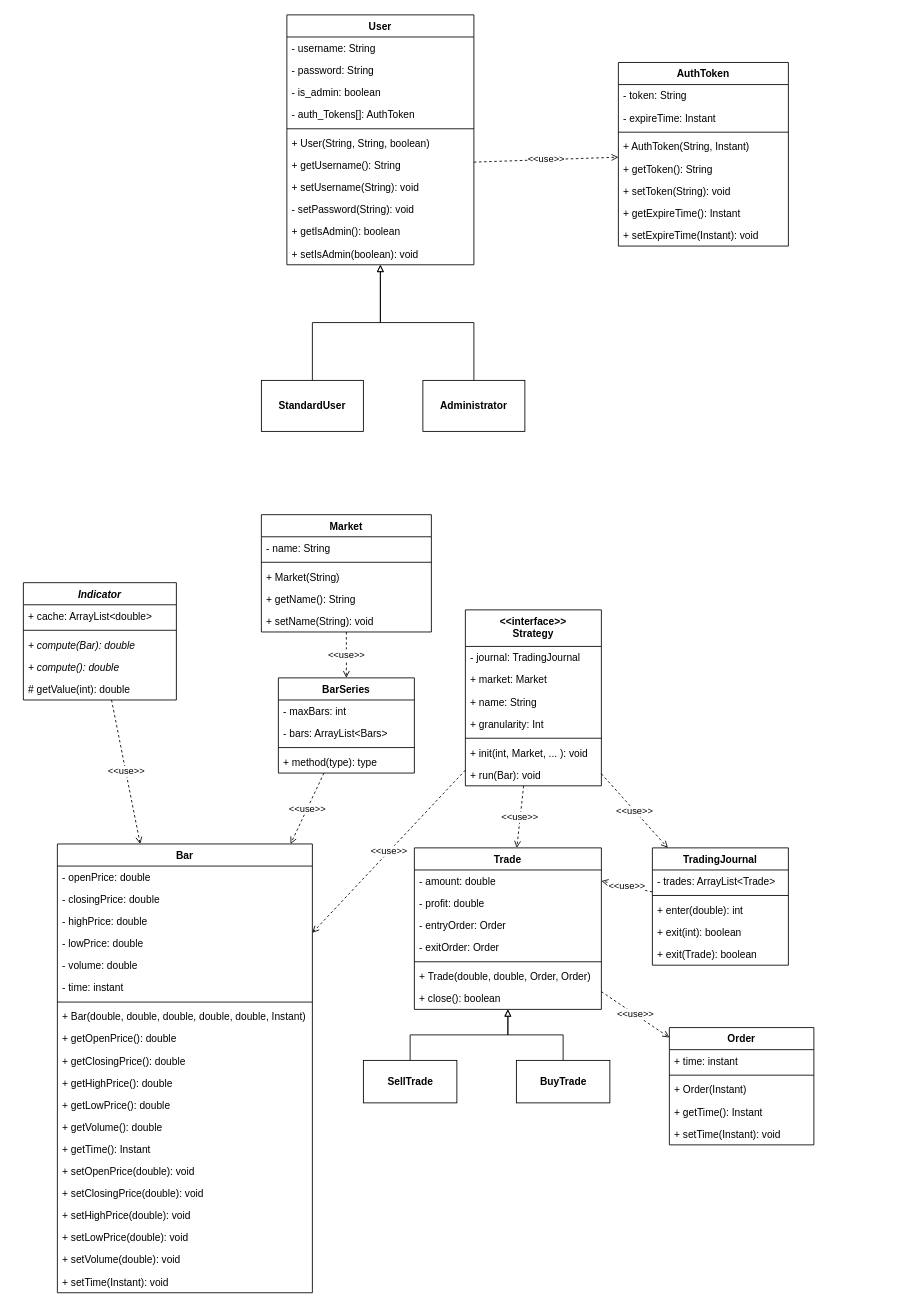
This is page "Server" (2 of 4) of drawio/project.drawio from nferrante1/lsmsd2, a draw.io file, before an edit. Source tidied: cells renumbered, new cells numbered last; positions are measured from the earlier drawing's top-left corner, leaving out a move shared by most shapes. Both pictures are drawn from the tidied source at 85%, with x=0, y=0 at pixel (23, 14).
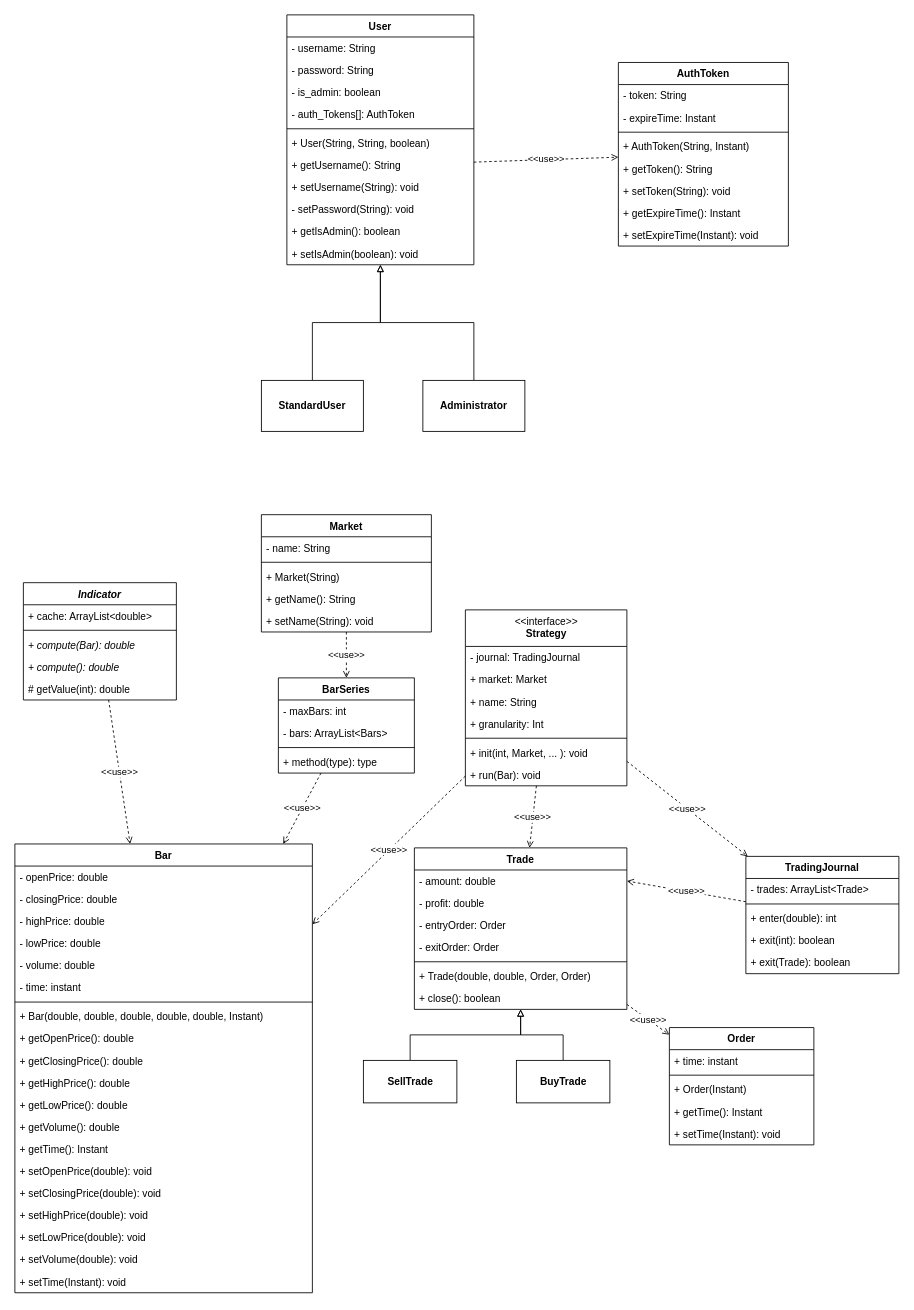
The same page after the edit.

Change to the diagram source:
```diff
@@
-    <mxCell id="38" value="&lt;&lt;interface&gt;&gt;&#10;Strategy" style="swimlane;fontStyle=1;align=center;verticalAlign=top;horizontal=1;startSize=43;" parent="1" vertex="1">
-      <mxGeometry x="520" y="700" width="160" height="207" as="geometry" />
+    <mxCell id="38" value="&lt;span style=&quot;font-weight: normal&quot;&gt;&amp;lt;&amp;lt;interface&amp;gt;&amp;gt;&lt;/span&gt;&lt;br&gt;Strategy" style="swimlane;fontStyle=1;align=center;verticalAlign=top;horizontal=1;startSize=43;html=1;" parent="1" vertex="1">
+      <mxGeometry x="520" y="700" width="190" height="207" as="geometry" />
     </mxCell>
     <mxCell id="39" value="- journal: TradingJournal" style="text;strokeColor=none;fillColor=none;align=left;verticalAlign=top;spacingLeft=4;spacingRight=4;overflow=hidden;" parent="38" vertex="1">
-      <mxGeometry y="43" width="160" height="26" as="geometry" />
+      <mxGeometry y="43" width="190" height="26" as="geometry" />
     </mxCell>
     <mxCell id="40" value="+ market: Market" style="text;strokeColor=none;fillColor=none;align=left;verticalAlign=top;spacingLeft=4;spacingRight=4;overflow=hidden;" parent="38" vertex="1">
-      <mxGeometry y="69" width="160" height="26" as="geometry" />
+      <mxGeometry y="69" width="190" height="26" as="geometry" />
     </mxCell>
     <mxCell id="41" value="+ name: String" style="text;strokeColor=none;fillColor=none;align=left;verticalAlign=top;spacingLeft=4;spacingRight=4;overflow=hidden;" parent="38" vertex="1">
-      <mxGeometry y="95" width="160" height="26" as="geometry" />
+      <mxGeometry y="95" width="190" height="26" as="geometry" />
     </mxCell>
     <mxCell id="42" value="+ granularity: Int" style="text;strokeColor=none;fillColor=none;align=left;verticalAlign=top;spacingLeft=4;spacingRight=4;overflow=hidden;" parent="38" vertex="1">
-      <mxGeometry y="121" width="160" height="26" as="geometry" />
+      <mxGeometry y="121" width="190" height="26" as="geometry" />
     </mxCell>
     <mxCell id="43" style="line;strokeWidth=1;fillColor=none;align=left;verticalAlign=middle;spacingTop=-1;spacingLeft=3;spacingRight=3;labelPosition=right;" parent="38" vertex="1">
-      <mxGeometry y="147" width="160" height="8" as="geometry" />
+      <mxGeometry y="147" width="190" height="8" as="geometry" />
     </mxCell>
     <mxCell id="44" value="+ init(int, Market, ... ): void" style="text;strokeColor=none;fillColor=none;align=left;verticalAlign=top;spacingLeft=4;spacingRight=4;overflow=hidden;" parent="38" vertex="1">
-      <mxGeometry y="155" width="160" height="26" as="geometry" />
+      <mxGeometry y="155" width="190" height="26" as="geometry" />
     </mxCell>
     <mxCell id="45" value="+ run(Bar): void" style="text;strokeColor=none;fillColor=none;align=left;verticalAlign=top;spacingLeft=4;spacingRight=4;overflow=hidden;" parent="38" vertex="1">
-      <mxGeometry y="181" width="160" height="26" as="geometry" />
+      <mxGeometry y="181" width="190" height="26" as="geometry" />
     </mxCell>
@@
     <mxCell id="47" value="Trade" style="swimlane;fontStyle=1;align=center;verticalAlign=top;horizontal=1;startSize=26;" parent="1" vertex="1">
-      <mxGeometry x="460" y="980" width="220" height="190" as="geometry" />
+      <mxGeometry x="460" y="980" width="250" height="190" as="geometry" />
     </mxCell>
     <mxCell id="48" value="- amount: double" style="text;strokeColor=none;fillColor=none;align=left;verticalAlign=top;spacingLeft=4;spacingRight=4;overflow=hidden;points=[[0,0.5],[1,0.5]];portConstraint=eastwest;" parent="47" vertex="1">
-      <mxGeometry y="26" width="220" height="26" as="geometry" />
+      <mxGeometry y="26" width="250" height="26" as="geometry" />
     </mxCell>
     <mxCell id="49" value="- profit: double" style="text;strokeColor=none;fillColor=none;align=left;verticalAlign=top;spacingLeft=4;spacingRight=4;overflow=hidden;" parent="47" vertex="1">
-      <mxGeometry y="52" width="220" height="26" as="geometry" />
+      <mxGeometry y="52" width="250" height="26" as="geometry" />
     </mxCell>
     <mxCell id="50" value="- entryOrder: Order" style="text;strokeColor=none;fillColor=none;align=left;verticalAlign=top;spacingLeft=4;spacingRight=4;overflow=hidden;" parent="47" vertex="1">
-      <mxGeometry y="78" width="220" height="26" as="geometry" />
+      <mxGeometry y="78" width="250" height="26" as="geometry" />
     </mxCell>
     <mxCell id="51" value="- exitOrder: Order" style="text;strokeColor=none;fillColor=none;align=left;verticalAlign=top;spacingLeft=4;spacingRight=4;overflow=hidden;" parent="47" vertex="1">
-      <mxGeometry y="104" width="220" height="26" as="geometry" />
+      <mxGeometry y="104" width="250" height="26" as="geometry" />
     </mxCell>
     <mxCell id="52" style="line;strokeWidth=1;fillColor=none;align=left;verticalAlign=middle;spacingTop=-1;spacingLeft=3;spacingRight=3;labelPosition=right;" parent="47" vertex="1">
-      <mxGeometry y="130" width="220" height="8" as="geometry" />
+      <mxGeometry y="130" width="250" height="8" as="geometry" />
     </mxCell>
     <mxCell id="53" value="+ Trade(double, double, Order, Order)" style="text;strokeColor=none;fillColor=none;align=left;verticalAlign=top;spacingLeft=4;spacingRight=4;overflow=hidden;" parent="47" vertex="1">
-      <mxGeometry y="138" width="220" height="26" as="geometry" />
+      <mxGeometry y="138" width="250" height="26" as="geometry" />
     </mxCell>
     <mxCell id="54" value="+ close(): boolean" style="text;strokeColor=none;fillColor=none;align=left;verticalAlign=top;spacingLeft=4;spacingRight=4;overflow=hidden;" parent="47" vertex="1">
-      <mxGeometry y="164" width="220" height="26" as="geometry" />
+      <mxGeometry y="164" width="250" height="26" as="geometry" />
     </mxCell>
     <mxCell id="55" value="Bar" style="swimlane;fontStyle=1;align=center;verticalAlign=top;horizontal=1;startSize=26;" parent="1" vertex="1">
-      <mxGeometry x="40" y="975.4" width="300" height="528" as="geometry" />
+      <mxGeometry x="-10" y="975.4" width="350" height="528" as="geometry" />
     </mxCell>
     <mxCell id="56" value="- openPrice: double" style="text;strokeColor=none;fillColor=none;align=left;verticalAlign=top;spacingLeft=4;spacingRight=4;overflow=hidden;" parent="55" vertex="1">
-      <mxGeometry y="26" width="300" height="26" as="geometry" />
+      <mxGeometry y="26" width="350" height="26" as="geometry" />
     </mxCell>
     <mxCell id="57" value="- closingPrice: double" style="text;strokeColor=none;fillColor=none;align=left;verticalAlign=top;spacingLeft=4;spacingRight=4;overflow=hidden;" parent="55" vertex="1">
-      <mxGeometry y="52" width="300" height="26" as="geometry" />
+      <mxGeometry y="52" width="350" height="26" as="geometry" />
     </mxCell>
     <mxCell id="58" value="- highPrice: double" style="text;strokeColor=none;fillColor=none;align=left;verticalAlign=top;spacingLeft=4;spacingRight=4;overflow=hidden;" parent="55" vertex="1">
-      <mxGeometry y="78" width="300" height="26" as="geometry" />
+      <mxGeometry y="78" width="350" height="26" as="geometry" />
     </mxCell>
     <mxCell id="59" value="- lowPrice: double" style="text;strokeColor=none;fillColor=none;align=left;verticalAlign=top;spacingLeft=4;spacingRight=4;overflow=hidden;" parent="55" vertex="1">
-      <mxGeometry y="104" width="300" height="26" as="geometry" />
+      <mxGeometry y="104" width="350" height="26" as="geometry" />
     </mxCell>
     <mxCell id="60" value="- volume: double" style="text;strokeColor=none;fillColor=none;align=left;verticalAlign=top;spacingLeft=4;spacingRight=4;overflow=hidden;" parent="55" vertex="1">
-      <mxGeometry y="130" width="300" height="26" as="geometry" />
+      <mxGeometry y="130" width="350" height="26" as="geometry" />
     </mxCell>
     <mxCell id="61" value="- time: instant" style="text;strokeColor=none;fillColor=none;align=left;verticalAlign=top;spacingLeft=4;spacingRight=4;overflow=hidden;" parent="55" vertex="1">
-      <mxGeometry y="156" width="300" height="26" as="geometry" />
+      <mxGeometry y="156" width="350" height="26" as="geometry" />
     </mxCell>
     <mxCell id="62" style="line;strokeWidth=1;fillColor=none;align=left;verticalAlign=middle;spacingTop=-1;spacingLeft=3;spacingRight=3;labelPosition=right;" parent="55" vertex="1">
-      <mxGeometry y="182" width="300" height="8" as="geometry" />
+      <mxGeometry y="182" width="350" height="8" as="geometry" />
     </mxCell>
     <mxCell id="63" value="+ Bar(double, double, double, double, double, Instant)" style="text;strokeColor=none;fillColor=none;align=left;verticalAlign=top;spacingLeft=4;spacingRight=4;overflow=hidden;" parent="55" vertex="1">
-      <mxGeometry y="190" width="300" height="26" as="geometry" />
+      <mxGeometry y="190" width="350" height="26" as="geometry" />
     </mxCell>
     <mxCell id="64" value="+ getOpenPrice(): double" style="text;strokeColor=none;fillColor=none;align=left;verticalAlign=top;spacingLeft=4;spacingRight=4;overflow=hidden;" parent="55" vertex="1">
-      <mxGeometry y="216" width="300" height="26" as="geometry" />
+      <mxGeometry y="216" width="350" height="26" as="geometry" />
     </mxCell>
     <mxCell id="65" value="+ getClosingPrice(): double" style="text;strokeColor=none;fillColor=none;align=left;verticalAlign=top;spacingLeft=4;spacingRight=4;overflow=hidden;" parent="55" vertex="1">
-      <mxGeometry y="242" width="300" height="26" as="geometry" />
+      <mxGeometry y="242" width="350" height="26" as="geometry" />
     </mxCell>
     <mxCell id="66" value="+ getHighPrice(): double" style="text;strokeColor=none;fillColor=none;align=left;verticalAlign=top;spacingLeft=4;spacingRight=4;overflow=hidden;" parent="55" vertex="1">
-      <mxGeometry y="268" width="300" height="26" as="geometry" />
+      <mxGeometry y="268" width="350" height="26" as="geometry" />
     </mxCell>
     <mxCell id="67" value="+ getLowPrice(): double" style="text;strokeColor=none;fillColor=none;align=left;verticalAlign=top;spacingLeft=4;spacingRight=4;overflow=hidden;" parent="55" vertex="1">
-      <mxGeometry y="294" width="300" height="26" as="geometry" />
+      <mxGeometry y="294" width="350" height="26" as="geometry" />
     </mxCell>
     <mxCell id="68" value="+ getVolume(): double" style="text;strokeColor=none;fillColor=none;align=left;verticalAlign=top;spacingLeft=4;spacingRight=4;overflow=hidden;" parent="55" vertex="1">
-      <mxGeometry y="320" width="300" height="26" as="geometry" />
+      <mxGeometry y="320" width="350" height="26" as="geometry" />
     </mxCell>
     <mxCell id="69" value="+ getTime(): Instant" style="text;strokeColor=none;fillColor=none;align=left;verticalAlign=top;spacingLeft=4;spacingRight=4;overflow=hidden;" parent="55" vertex="1">
-      <mxGeometry y="346" width="300" height="26" as="geometry" />
+      <mxGeometry y="346" width="350" height="26" as="geometry" />
     </mxCell>
     <mxCell id="70" value="+ setOpenPrice(double): void" style="text;strokeColor=none;fillColor=none;align=left;verticalAlign=top;spacingLeft=4;spacingRight=4;overflow=hidden;" parent="55" vertex="1">
-      <mxGeometry y="372" width="300" height="26" as="geometry" />
+      <mxGeometry y="372" width="350" height="26" as="geometry" />
     </mxCell>
     <mxCell id="71" value="+ setClosingPrice(double): void" style="text;strokeColor=none;fillColor=none;align=left;verticalAlign=top;spacingLeft=4;spacingRight=4;overflow=hidden;" parent="55" vertex="1">
-      <mxGeometry y="398" width="300" height="26" as="geometry" />
+      <mxGeometry y="398" width="350" height="26" as="geometry" />
     </mxCell>
     <mxCell id="72" value="+ setHighPrice(double): void" style="text;strokeColor=none;fillColor=none;align=left;verticalAlign=top;spacingLeft=4;spacingRight=4;overflow=hidden;" parent="55" vertex="1">
-      <mxGeometry y="424" width="300" height="26" as="geometry" />
+      <mxGeometry y="424" width="350" height="26" as="geometry" />
     </mxCell>
     <mxCell id="73" value="+ setLowPrice(double): void" style="text;strokeColor=none;fillColor=none;align=left;verticalAlign=top;spacingLeft=4;spacingRight=4;overflow=hidden;" parent="55" vertex="1">
-      <mxGeometry y="450" width="300" height="26" as="geometry" />
+      <mxGeometry y="450" width="350" height="26" as="geometry" />
     </mxCell>
     <mxCell id="74" value="+ setVolume(double): void" style="text;strokeColor=none;fillColor=none;align=left;verticalAlign=top;spacingLeft=4;spacingRight=4;overflow=hidden;" parent="55" vertex="1">
-      <mxGeometry y="476" width="300" height="26" as="geometry" />
+      <mxGeometry y="476" width="350" height="26" as="geometry" />
     </mxCell>
     <mxCell id="75" value="+ setTime(Instant): void" style="text;strokeColor=none;fillColor=none;align=left;verticalAlign=top;spacingLeft=4;spacingRight=4;overflow=hidden;" parent="55" vertex="1">
-      <mxGeometry y="502" width="300" height="26" as="geometry" />
+      <mxGeometry y="502" width="350" height="26" as="geometry" />
     </mxCell>
@@
     <mxCell id="77" value="TradingJournal" style="swimlane;fontStyle=1;align=center;verticalAlign=top;horizontal=1;startSize=26;" parent="1" vertex="1">
-      <mxGeometry x="740" y="980" width="160" height="138" as="geometry" />
+      <mxGeometry x="850" y="990" width="180" height="138" as="geometry" />
     </mxCell>
     <mxCell id="78" value="- trades: ArrayList&lt;Trade&gt;" style="text;strokeColor=none;fillColor=none;align=left;verticalAlign=top;spacingLeft=4;spacingRight=4;overflow=hidden;" parent="77" vertex="1">
-      <mxGeometry y="26" width="160" height="26" as="geometry" />
+      <mxGeometry y="26" width="180" height="26" as="geometry" />
     </mxCell>
     <mxCell id="79" style="line;strokeWidth=1;fillColor=none;align=left;verticalAlign=middle;spacingTop=-1;spacingLeft=3;spacingRight=3;labelPosition=right;" parent="77" vertex="1">
-      <mxGeometry y="52" width="160" height="8" as="geometry" />
+      <mxGeometry y="52" width="180" height="8" as="geometry" />
     </mxCell>
     <mxCell id="80" value="+ enter(double): int" style="text;strokeColor=none;fillColor=none;align=left;verticalAlign=top;spacingLeft=4;spacingRight=4;overflow=hidden;" parent="77" vertex="1">
-      <mxGeometry y="60" width="160" height="26" as="geometry" />
+      <mxGeometry y="60" width="180" height="26" as="geometry" />
     </mxCell>
     <mxCell id="81" value="+ exit(int): boolean" style="text;strokeColor=none;fillColor=none;align=left;verticalAlign=top;spacingLeft=4;spacingRight=4;overflow=hidden;" parent="77" vertex="1">
-      <mxGeometry y="86" width="160" height="26" as="geometry" />
+      <mxGeometry y="86" width="180" height="26" as="geometry" />
     </mxCell>
     <mxCell id="82" value="+ exit(Trade): boolean" style="text;strokeColor=none;fillColor=none;align=left;verticalAlign=top;spacingLeft=4;spacingRight=4;overflow=hidden;" parent="77" vertex="1">
-      <mxGeometry y="112" width="160" height="26" as="geometry" />
+      <mxGeometry y="112" width="180" height="26" as="geometry" />
     </mxCell>
```
